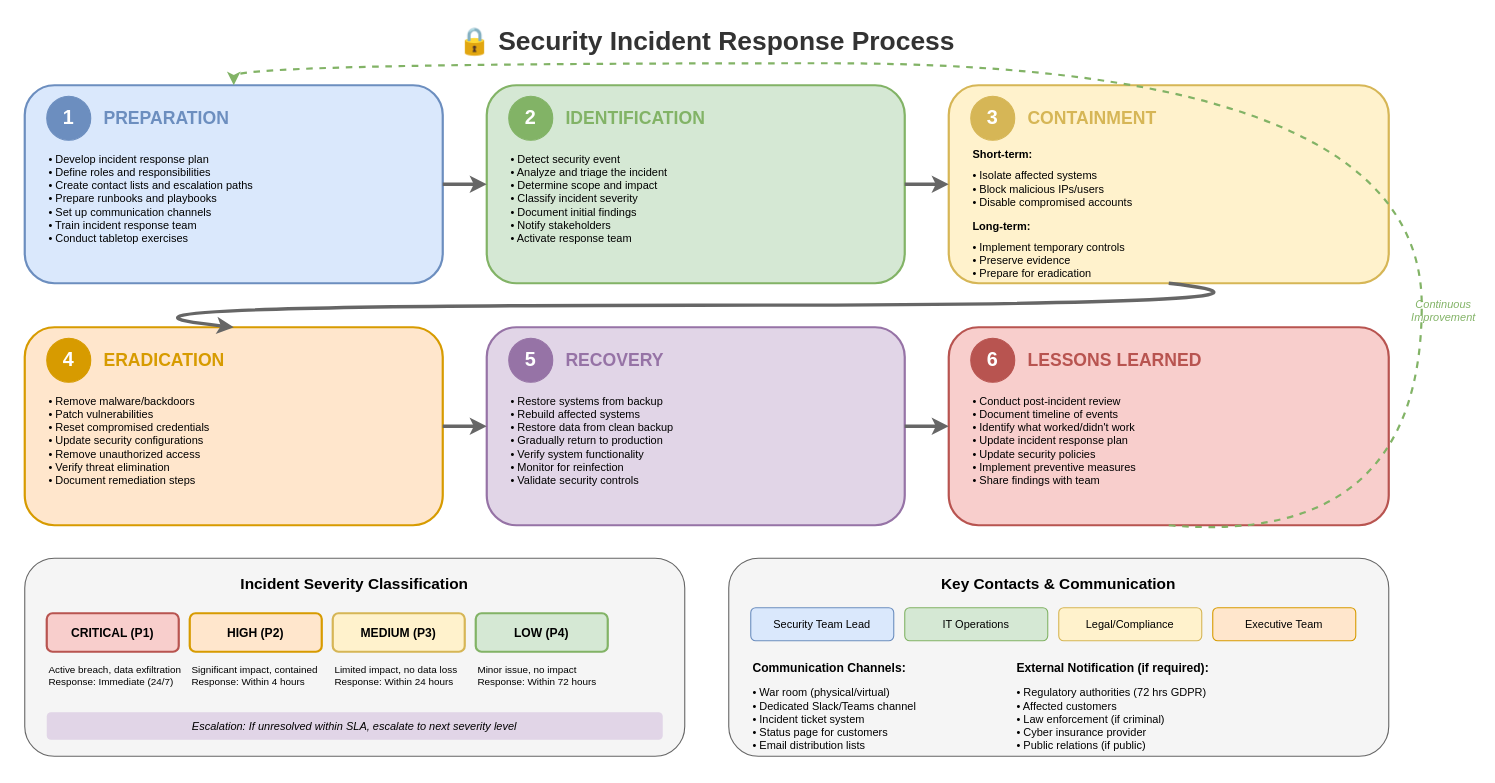
This is lesson-06-security/06-compliance-governance/6.3-incident-response.drawio from MrParkerZ7/document-lesson-software-architect-x-claude, a draw.io file, before an edit. Source tidied: cells renumbered, new cells numbered last; positions are measured from the earlier drawing's top-left corner, leaving out a move shared by most shapes. Both pictures are drawn from the tidied source at 110%, with x=0, y=0 at pixel (24, 19).
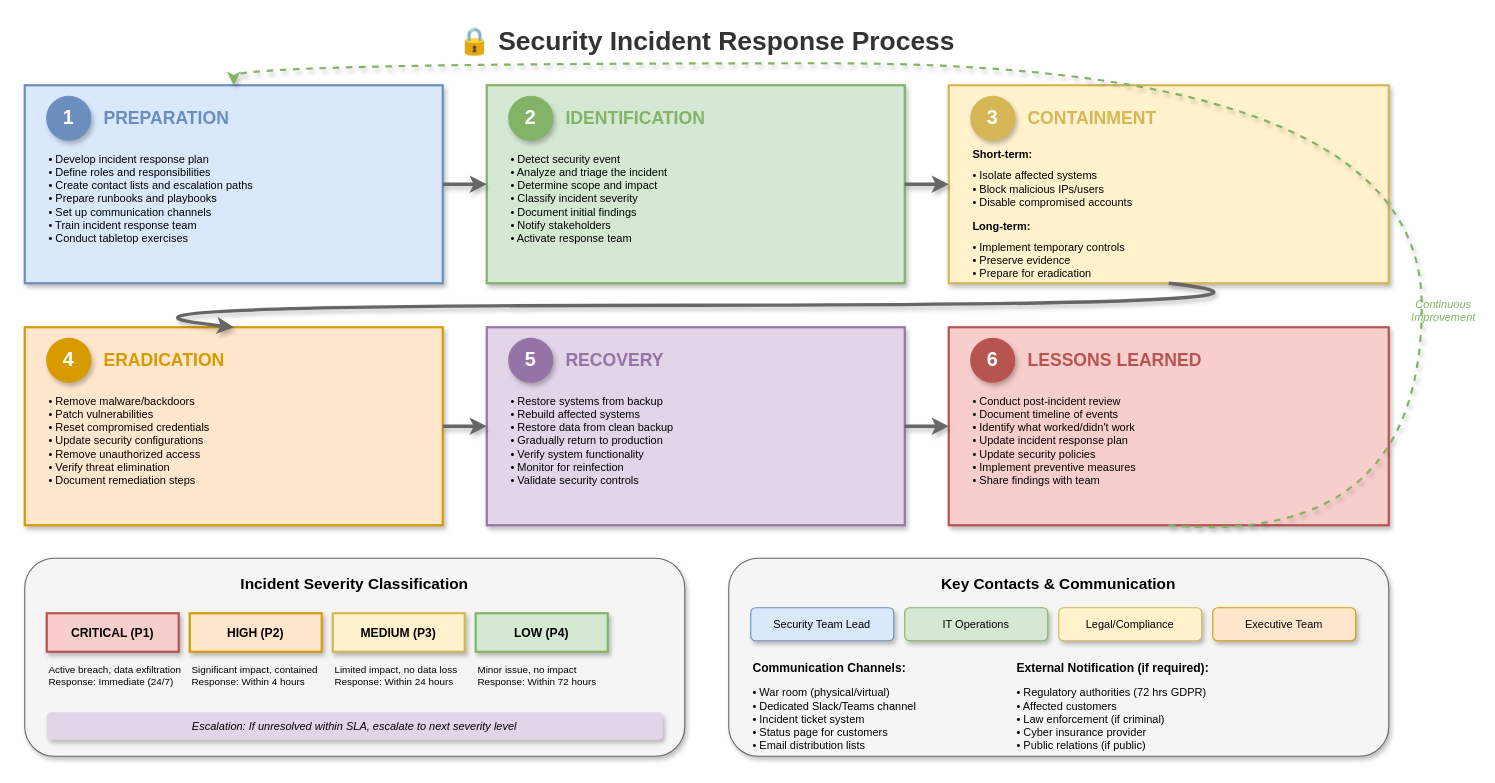
The same page after the edit.

Diff of the diagram source:
```diff
@@
-    <mxCell id="3" style="rounded=1;whiteSpace=wrap;html=1;fillColor=#dae8fc;strokeColor=#6c8ebf;strokeWidth=2;" parent="1" vertex="1">
+    <mxCell id="3" style="rounded=0;whiteSpace=wrap;html=1;fillColor=#dae8fc;strokeColor=#6c8ebf;strokeWidth=2;shadow=1;" parent="1" vertex="1">
       <mxGeometry y="60" width="380" height="180" as="geometry" />
     </mxCell>
-    <mxCell id="4" value="1" style="ellipse;whiteSpace=wrap;html=1;fillColor=#6c8ebf;strokeColor=#6c8ebf;fontSize=18;fontStyle=1;fontColor=#ffffff;" parent="1" vertex="1">
+    <mxCell id="4" value="1" style="ellipse;whiteSpace=wrap;html=1;fillColor=#6c8ebf;strokeColor=#6c8ebf;fontSize=18;fontStyle=1;fontColor=#ffffff;shadow=1;" parent="1" vertex="1">
       <mxGeometry x="20" y="70" width="40" height="40" as="geometry" />
     </mxCell>
@@
-    <mxCell id="7" style="rounded=1;whiteSpace=wrap;html=1;fillColor=#d5e8d4;strokeColor=#82b366;strokeWidth=2;" parent="1" vertex="1">
+    <mxCell id="7" style="rounded=0;whiteSpace=wrap;html=1;fillColor=#d5e8d4;strokeColor=#82b366;strokeWidth=2;shadow=1;" parent="1" vertex="1">
       <mxGeometry x="420" y="60" width="380" height="180" as="geometry" />
     </mxCell>
-    <mxCell id="8" value="2" style="ellipse;whiteSpace=wrap;html=1;fillColor=#82b366;strokeColor=#82b366;fontSize=18;fontStyle=1;fontColor=#ffffff;" parent="1" vertex="1">
+    <mxCell id="8" value="2" style="ellipse;whiteSpace=wrap;html=1;fillColor=#82b366;strokeColor=#82b366;fontSize=18;fontStyle=1;fontColor=#ffffff;shadow=1;" parent="1" vertex="1">
       <mxGeometry x="440" y="70" width="40" height="40" as="geometry" />
     </mxCell>
@@
-    <mxCell id="11" style="rounded=1;whiteSpace=wrap;html=1;fillColor=#fff2cc;strokeColor=#d6b656;strokeWidth=2;" parent="1" vertex="1">
+    <mxCell id="11" style="rounded=0;whiteSpace=wrap;html=1;fillColor=#fff2cc;strokeColor=#d6b656;strokeWidth=2;shadow=1;" parent="1" vertex="1">
       <mxGeometry x="840" y="60" width="400" height="180" as="geometry" />
     </mxCell>
-    <mxCell id="12" value="3" style="ellipse;whiteSpace=wrap;html=1;fillColor=#d6b656;strokeColor=#d6b656;fontSize=18;fontStyle=1;fontColor=#ffffff;" parent="1" vertex="1">
+    <mxCell id="12" value="3" style="ellipse;whiteSpace=wrap;html=1;fillColor=#d6b656;strokeColor=#d6b656;fontSize=18;fontStyle=1;fontColor=#ffffff;shadow=1;" parent="1" vertex="1">
       <mxGeometry x="860" y="70" width="40" height="40" as="geometry" />
     </mxCell>
@@
-    <mxCell id="18" style="endArrow=classic;html=1;strokeWidth=3;strokeColor=#666666;" parent="1" edge="1">
+    <mxCell id="18" style="endArrow=classic;html=1;strokeWidth=3;strokeColor=#666666;shadow=1;curved=1;flowAnimation=1;jumpStyle=arc;" parent="1" edge="1">
       <mxGeometry relative="1" as="geometry">
         <mxPoint x="380" y="150" as="sourcePoint" />
         <mxPoint x="420" y="150" as="targetPoint" />
       </mxGeometry>
     </mxCell>
-    <mxCell id="19" style="endArrow=classic;html=1;strokeWidth=3;strokeColor=#666666;" parent="1" edge="1">
+    <mxCell id="19" style="endArrow=classic;html=1;strokeWidth=3;strokeColor=#666666;shadow=1;curved=1;flowAnimation=1;jumpStyle=arc;" parent="1" edge="1">
       <mxGeometry relative="1" as="geometry">
         <mxPoint x="800" y="150" as="sourcePoint" />
         <mxPoint x="840" y="150" as="targetPoint" />
       </mxGeometry>
     </mxCell>
-    <mxCell id="20" style="rounded=1;whiteSpace=wrap;html=1;fillColor=#ffe6cc;strokeColor=#d79b00;strokeWidth=2;" parent="1" vertex="1">
+    <mxCell id="20" style="rounded=0;whiteSpace=wrap;html=1;fillColor=#ffe6cc;strokeColor=#d79b00;strokeWidth=2;shadow=1;" parent="1" vertex="1">
       <mxGeometry y="280" width="380" height="180" as="geometry" />
     </mxCell>
-    <mxCell id="21" value="4" style="ellipse;whiteSpace=wrap;html=1;fillColor=#d79b00;strokeColor=#d79b00;fontSize=18;fontStyle=1;fontColor=#ffffff;" parent="1" vertex="1">
+    <mxCell id="21" value="4" style="ellipse;whiteSpace=wrap;html=1;fillColor=#d79b00;strokeColor=#d79b00;fontSize=18;fontStyle=1;fontColor=#ffffff;shadow=1;" parent="1" vertex="1">
       <mxGeometry x="20" y="290" width="40" height="40" as="geometry" />
     </mxCell>
@@
-    <mxCell id="24" style="rounded=1;whiteSpace=wrap;html=1;fillColor=#e1d5e7;strokeColor=#9673a6;strokeWidth=2;" parent="1" vertex="1">
+    <mxCell id="24" style="rounded=0;whiteSpace=wrap;html=1;fillColor=#e1d5e7;strokeColor=#9673a6;strokeWidth=2;shadow=1;" parent="1" vertex="1">
       <mxGeometry x="420" y="280" width="380" height="180" as="geometry" />
     </mxCell>
-    <mxCell id="25" value="5" style="ellipse;whiteSpace=wrap;html=1;fillColor=#9673a6;strokeColor=#9673a6;fontSize=18;fontStyle=1;fontColor=#ffffff;" parent="1" vertex="1">
+    <mxCell id="25" value="5" style="ellipse;whiteSpace=wrap;html=1;fillColor=#9673a6;strokeColor=#9673a6;fontSize=18;fontStyle=1;fontColor=#ffffff;shadow=1;" parent="1" vertex="1">
       <mxGeometry x="440" y="290" width="40" height="40" as="geometry" />
     </mxCell>
@@
-    <mxCell id="28" style="rounded=1;whiteSpace=wrap;html=1;fillColor=#f8cecc;strokeColor=#b85450;strokeWidth=2;" parent="1" vertex="1">
+    <mxCell id="28" style="rounded=0;whiteSpace=wrap;html=1;fillColor=#f8cecc;strokeColor=#b85450;strokeWidth=2;shadow=1;" parent="1" vertex="1">
       <mxGeometry x="840" y="280" width="400" height="180" as="geometry" />
     </mxCell>
-    <mxCell id="29" value="6" style="ellipse;whiteSpace=wrap;html=1;fillColor=#b85450;strokeColor=#b85450;fontSize=18;fontStyle=1;fontColor=#ffffff;" parent="1" vertex="1">
+    <mxCell id="29" value="6" style="ellipse;whiteSpace=wrap;html=1;fillColor=#b85450;strokeColor=#b85450;fontSize=18;fontStyle=1;fontColor=#ffffff;shadow=1;" parent="1" vertex="1">
       <mxGeometry x="860" y="290" width="40" height="40" as="geometry" />
     </mxCell>
@@
-    <mxCell id="32" style="endArrow=classic;html=1;strokeWidth=3;strokeColor=#666666;" parent="1" edge="1">
+    <mxCell id="32" style="endArrow=classic;html=1;strokeWidth=3;strokeColor=#666666;shadow=1;curved=1;flowAnimation=1;jumpStyle=arc;" parent="1" edge="1">
       <mxGeometry relative="1" as="geometry">
         <mxPoint x="380" y="370" as="sourcePoint" />
         <mxPoint x="420" y="370" as="targetPoint" />
       </mxGeometry>
     </mxCell>
-    <mxCell id="33" style="endArrow=classic;html=1;strokeWidth=3;strokeColor=#666666;" parent="1" edge="1">
+    <mxCell id="33" style="endArrow=classic;html=1;strokeWidth=3;strokeColor=#666666;shadow=1;curved=1;flowAnimation=1;jumpStyle=arc;" parent="1" edge="1">
       <mxGeometry relative="1" as="geometry">
         <mxPoint x="800" y="370" as="sourcePoint" />
         <mxPoint x="840" y="370" as="targetPoint" />
       </mxGeometry>
     </mxCell>
-    <mxCell id="34" style="endArrow=classic;html=1;strokeWidth=3;strokeColor=#666666;curved=1;" parent="1" edge="1">
+    <mxCell id="34" style="endArrow=classic;html=1;strokeWidth=3;strokeColor=#666666;curved=1;shadow=1;flowAnimation=1;jumpStyle=arc;" parent="1" edge="1">
       <mxGeometry relative="1" as="geometry">
         <mxPoint x="1040" y="240" as="sourcePoint" />
         <mxPoint x="190" y="280" as="targetPoint" />
         <Array as="points">
           <mxPoint x="1220" y="260" />
           <mxPoint y="260" />
         </Array>
       </mxGeometry>
     </mxCell>
-    <mxCell id="35" style="endArrow=classic;html=1;strokeWidth=2;strokeColor=#82b366;curved=1;dashed=1;" parent="1" edge="1">
+    <mxCell id="35" style="endArrow=classic;html=1;strokeWidth=2;strokeColor=#82b366;curved=1;dashed=1;shadow=1;flowAnimation=1;jumpStyle=arc;" parent="1" edge="1">
       <mxGeometry relative="1" as="geometry">
         <mxPoint x="1040" y="460" as="sourcePoint" />
         <mxPoint x="190" y="60" as="targetPoint" />
         <Array as="points">
           <mxPoint x="1270" y="480" />
           <mxPoint x="1270" y="40" />
           <mxPoint x="190" y="40" />
         </Array>
       </mxGeometry>
     </mxCell>
@@
-    <mxCell id="37" style="rounded=1;whiteSpace=wrap;html=1;fillColor=#f5f5f5;strokeColor=#666666;strokeWidth=1;" parent="1" vertex="1">
+    <mxCell id="37" style="rounded=1;whiteSpace=wrap;html=1;fillColor=#f5f5f5;strokeColor=#666666;strokeWidth=1;shadow=1;" parent="1" vertex="1">
       <mxGeometry y="490" width="600" height="180" as="geometry" />
     </mxCell>
@@
-    <mxCell id="39" value="CRITICAL (P1)" style="rounded=1;whiteSpace=wrap;html=1;fillColor=#f8cecc;strokeColor=#b85450;strokeWidth=2;fontSize=11;fontStyle=1;" parent="1" vertex="1">
+    <mxCell id="39" value="CRITICAL (P1)" style="rounded=0;whiteSpace=wrap;html=1;fillColor=#f8cecc;strokeColor=#b85450;strokeWidth=2;fontSize=11;fontStyle=1;shadow=1;" parent="1" vertex="1">
       <mxGeometry x="20" y="540" width="120" height="35" as="geometry" />
     </mxCell>
@@
-    <mxCell id="41" value="HIGH (P2)" style="rounded=1;whiteSpace=wrap;html=1;fillColor=#ffe6cc;strokeColor=#d79b00;strokeWidth=2;fontSize=11;fontStyle=1;" parent="1" vertex="1">
+    <mxCell id="41" value="HIGH (P2)" style="rounded=0;whiteSpace=wrap;html=1;fillColor=#ffe6cc;strokeColor=#d79b00;strokeWidth=2;fontSize=11;fontStyle=1;shadow=1;" parent="1" vertex="1">
       <mxGeometry x="150" y="540" width="120" height="35" as="geometry" />
     </mxCell>
@@
-    <mxCell id="43" value="MEDIUM (P3)" style="rounded=1;whiteSpace=wrap;html=1;fillColor=#fff2cc;strokeColor=#d6b656;strokeWidth=2;fontSize=11;fontStyle=1;" parent="1" vertex="1">
+    <mxCell id="43" value="MEDIUM (P3)" style="rounded=0;whiteSpace=wrap;html=1;fillColor=#fff2cc;strokeColor=#d6b656;strokeWidth=2;fontSize=11;fontStyle=1;shadow=1;" parent="1" vertex="1">
       <mxGeometry x="280" y="540" width="120" height="35" as="geometry" />
     </mxCell>
@@
-    <mxCell id="45" value="LOW (P4)" style="rounded=1;whiteSpace=wrap;html=1;fillColor=#d5e8d4;strokeColor=#82b366;strokeWidth=2;fontSize=11;fontStyle=1;" parent="1" vertex="1">
+    <mxCell id="45" value="LOW (P4)" style="rounded=0;whiteSpace=wrap;html=1;fillColor=#d5e8d4;strokeColor=#82b366;strokeWidth=2;fontSize=11;fontStyle=1;shadow=1;" parent="1" vertex="1">
       <mxGeometry x="410" y="540" width="120" height="35" as="geometry" />
     </mxCell>
@@
-    <mxCell id="47" value="Escalation: If unresolved within SLA, escalate to next severity level" style="text;html=1;strokeColor=none;fillColor=#e1d5e7;align=center;verticalAlign=middle;whiteSpace=wrap;rounded=1;fontSize=10;fontStyle=2;" parent="1" vertex="1">
+    <mxCell id="47" value="Escalation: If unresolved within SLA, escalate to next severity level" style="text;html=1;strokeColor=none;fillColor=#e1d5e7;align=center;verticalAlign=middle;whiteSpace=wrap;rounded=1;fontSize=10;fontStyle=2;shadow=1;" parent="1" vertex="1">
       <mxGeometry x="20" y="630" width="560" height="25" as="geometry" />
     </mxCell>
-    <mxCell id="48" style="rounded=1;whiteSpace=wrap;html=1;fillColor=#f5f5f5;strokeColor=#666666;strokeWidth=1;" parent="1" vertex="1">
+    <mxCell id="48" style="rounded=1;whiteSpace=wrap;html=1;fillColor=#f5f5f5;strokeColor=#666666;strokeWidth=1;shadow=1;" parent="1" vertex="1">
       <mxGeometry x="640" y="490" width="600" height="180" as="geometry" />
     </mxCell>
@@
-    <mxCell id="50" value="Security Team Lead" style="rounded=1;whiteSpace=wrap;html=1;fillColor=#dae8fc;strokeColor=#6c8ebf;fontSize=10;" parent="1" vertex="1">
+    <mxCell id="50" value="Security Team Lead" style="rounded=1;whiteSpace=wrap;html=1;fillColor=#dae8fc;strokeColor=#6c8ebf;fontSize=10;shadow=1;" parent="1" vertex="1">
       <mxGeometry x="660" y="535" width="130" height="30" as="geometry" />
     </mxCell>
-    <mxCell id="51" value="IT Operations" style="rounded=1;whiteSpace=wrap;html=1;fillColor=#d5e8d4;strokeColor=#82b366;fontSize=10;" parent="1" vertex="1">
+    <mxCell id="51" value="IT Operations" style="rounded=1;whiteSpace=wrap;html=1;fillColor=#d5e8d4;strokeColor=#82b366;fontSize=10;shadow=1;" parent="1" vertex="1">
       <mxGeometry x="800" y="535" width="130" height="30" as="geometry" />
     </mxCell>
-    <mxCell id="52" value="Legal/Compliance" style="rounded=1;whiteSpace=wrap;html=1;fillColor=#fff2cc;strokeColor=#d6b656;fontSize=10;" parent="1" vertex="1">
+    <mxCell id="52" value="Legal/Compliance" style="rounded=1;whiteSpace=wrap;html=1;fillColor=#fff2cc;strokeColor=#d6b656;fontSize=10;shadow=1;" parent="1" vertex="1">
       <mxGeometry x="940" y="535" width="130" height="30" as="geometry" />
     </mxCell>
-    <mxCell id="53" value="Executive Team" style="rounded=1;whiteSpace=wrap;html=1;fillColor=#ffe6cc;strokeColor=#d79b00;fontSize=10;" parent="1" vertex="1">
+    <mxCell id="53" value="Executive Team" style="rounded=1;whiteSpace=wrap;html=1;fillColor=#ffe6cc;strokeColor=#d79b00;fontSize=10;shadow=1;" parent="1" vertex="1">
       <mxGeometry x="1080" y="535" width="130" height="30" as="geometry" />
     </mxCell>
```
